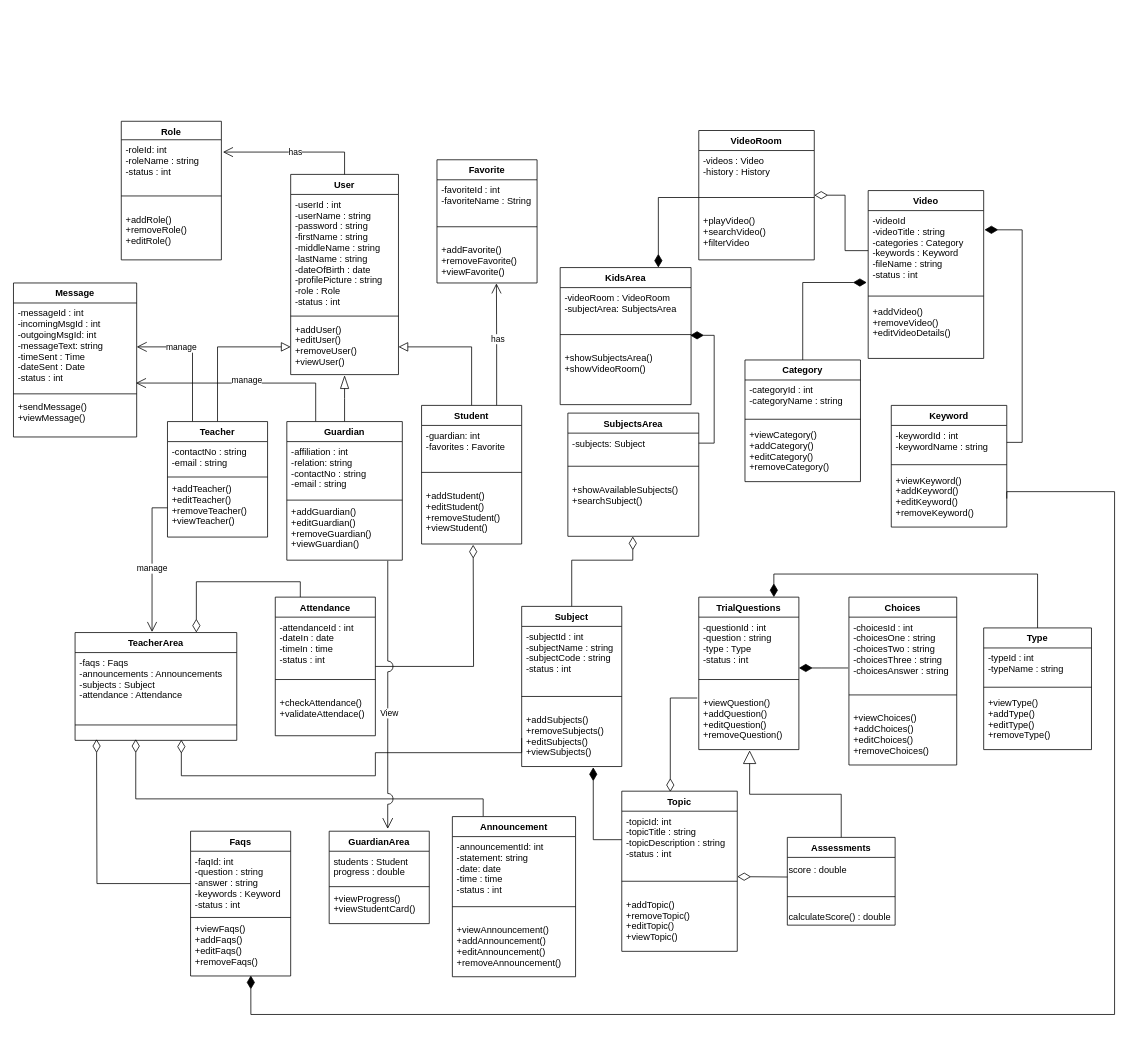
Earlier version of the draw.io diagram page "ClassDiagram" (1 of 10) of REVISIONS 5-29-2021/UML-DIAGRAMS/5-29-2021 Diagrams.drawio (mrklglsn/CAPSTONE-FILES). Source tidied: cells renumbered, new cells numbered last; positions are measured from the earlier drawing's top-left corner, leaving out a move shared by most shapes. Both pictures are drawn from the tidied source at 77%, with x=0, y=0 at pixel (13, 121).
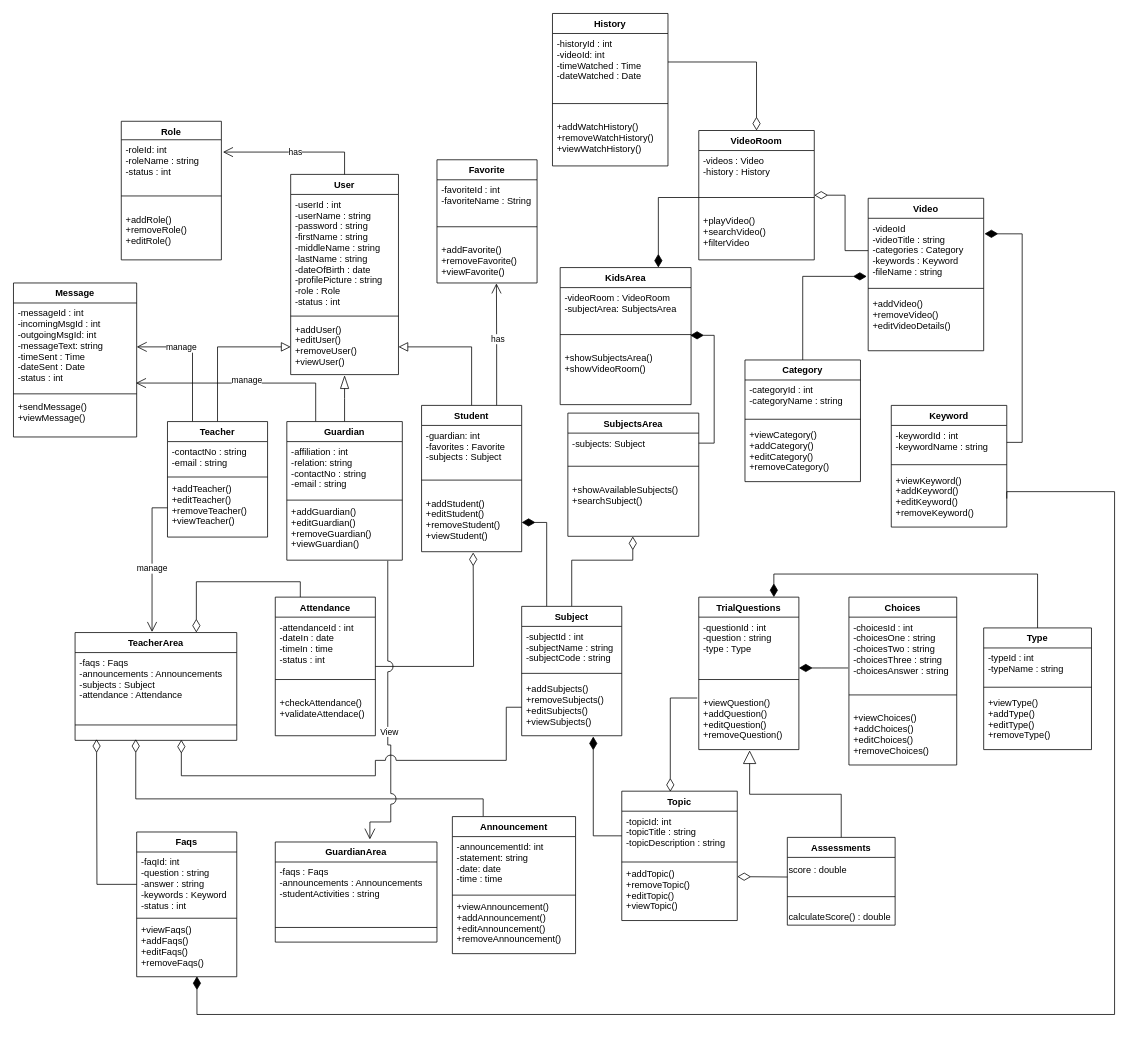
The same diagram, later.

Unchanged cells that the change refers to:
```xml
<mxCell id="22" value="Attendance" style="swimlane;fontStyle=1;align=center;verticalAlign=top;horizontal=1;startSize=26;glass=0;rounded=0;shadow=0;" parent="1" vertex="1">
  <mxGeometry x="340" y="618" width="130" height="180" as="geometry" />
</mxCell>
<mxCell id="37" value="TrialQuestions" style="swimlane;fontStyle=1;align=center;verticalAlign=top;horizontal=1;startSize=26;" parent="1" vertex="1">
  <mxGeometry x="890" y="618" width="130" height="198" as="geometry" />
</mxCell>
<mxCell id="60" value="+viewFaqs()&#10;+addFaqs()&#10;+editFaqs()&#10;+removeFaqs()" style="text;strokeColor=none;fillColor=none;align=left;verticalAlign=top;spacingLeft=4;spacingRight=4;overflow=hidden;points=[[0,0.5],[1,0.5]];portConstraint=eastwest;" parent="57" vertex="1">
  <mxGeometry y="114" width="130" height="74" as="geometry" />
</mxCell>
<mxCell id="72" value="VideoRoom" style="swimlane;fontStyle=1;align=center;verticalAlign=top;horizontal=1;startSize=26;" parent="1" vertex="1">
  <mxGeometry x="890" y="12" width="150" height="168" as="geometry" />
</mxCell>
<mxCell id="96" value="+addGuardian()&#10;+editGuardian()&#10;+removeGuardian()&#10;+viewGuardian()" style="text;strokeColor=none;fillColor=none;align=left;verticalAlign=top;spacingLeft=4;spacingRight=4;overflow=hidden;points=[[0,0.5],[1,0.5]];portConstraint=eastwest;glass=0;" parent="93" vertex="1">
  <mxGeometry y="104" width="150" height="76" as="geometry" />
</mxCell>
<mxCell id="115" value="+viewKeyword()&#10;+addKeyword()&#10;+editKeyword()&#10;+removeKeyword()" style="text;strokeColor=none;fillColor=none;align=left;verticalAlign=top;spacingLeft=4;spacingRight=4;overflow=hidden;points=[[0,0.5],[1,0.5]];portConstraint=eastwest;" parent="112" vertex="1">
  <mxGeometry y="84" width="150" height="74" as="geometry" />
</mxCell>
```

Change to the diagram source:
```diff
@@
     <mxCell id="16" value="Student" style="swimlane;fontStyle=1;align=center;verticalAlign=top;horizontal=1;startSize=26;" parent="1" vertex="1">
-      <mxGeometry x="530" y="369" width="130" height="180" as="geometry" />
+      <mxGeometry x="530" y="369" width="130" height="190" as="geometry" />
     </mxCell>
-    <mxCell id="17" value="-guardian: int&#10;-favorites : Favorite" style="text;strokeColor=none;fillColor=none;align=left;verticalAlign=top;spacingLeft=4;spacingRight=4;overflow=hidden;glass=0;" parent="16" vertex="1">
-      <mxGeometry y="26" width="130" height="44" as="geometry" />
+    <mxCell id="17" value="-guardian: int&#10;-favorites : Favorite&#10;-subjects : Subject" style="text;strokeColor=none;fillColor=none;align=left;verticalAlign=top;spacingLeft=4;spacingRight=4;overflow=hidden;glass=0;" parent="16" vertex="1">
+      <mxGeometry y="26" width="130" height="54" as="geometry" />
     </mxCell>
     <mxCell id="18" style="line;strokeWidth=1;fillColor=none;align=left;verticalAlign=middle;spacingTop=-1;spacingLeft=3;spacingRight=3;labelPosition=right;" parent="16" vertex="1">
-      <mxGeometry y="70" width="130" height="34" as="geometry" />
+      <mxGeometry y="80" width="130" height="34" as="geometry" />
     </mxCell>
     <mxCell id="19" value="+addStudent()&#10;+editStudent()&#10;+removeStudent()&#10;+viewStudent()" style="text;strokeColor=none;fillColor=none;align=left;verticalAlign=top;spacingLeft=4;spacingRight=4;overflow=hidden;points=[[0,0.5],[1,0.5]];portConstraint=eastwest;glass=0;" parent="16" vertex="1">
-      <mxGeometry y="104" width="130" height="76" as="geometry" />
+      <mxGeometry y="114" width="130" height="76" as="geometry" />
     </mxCell>
     <mxCell id="20" style="edgeStyle=orthogonalEdgeStyle;rounded=0;jettySize=auto;html=1;exitX=1;exitY=0.5;exitDx=0;exitDy=0;endArrow=diamondThin;endFill=0;endSize=15;targetPerimeterSpacing=0;strokeWidth=1;" parent="1" edge="1" source="22">
       <mxGeometry relative="1" as="geometry">
-        <mxPoint x="597" y="550" as="targetPoint" />
+        <mxPoint x="597" y="560" as="targetPoint" />
       </mxGeometry>
     </mxCell>
@@
-    <mxCell id="38" value="-questionId : int&#10;-question : string&#10;-type : Type&#10;-status : int" style="text;strokeColor=none;fillColor=none;align=left;verticalAlign=top;spacingLeft=4;spacingRight=4;overflow=hidden;" parent="37" vertex="1">
+    <mxCell id="38" value="-questionId : int&#10;-question : string&#10;-type : Type" style="text;strokeColor=none;fillColor=none;align=left;verticalAlign=top;spacingLeft=4;spacingRight=4;overflow=hidden;" parent="37" vertex="1">
       <mxGeometry y="26" width="130" height="64" as="geometry" />
     </mxCell>
@@
+    <mxCell id="129" style="edgeStyle=orthogonalEdgeStyle;rounded=0;jumpStyle=arc;jumpSize=14;jettySize=auto;html=1;exitX=0.25;exitY=0;exitDx=0;exitDy=0;endArrow=diamondThin;endFill=1;startSize=9;endSize=15;" parent="1" edge="1" source="42" target="19">
+      <mxGeometry relative="1" as="geometry" />
+    </mxCell>
     <mxCell id="42" value="Subject" style="swimlane;fontStyle=1;align=center;verticalAlign=top;horizontal=1;startSize=26;" parent="1" vertex="1">
-      <mxGeometry x="660" y="630" width="130" height="208" as="geometry" />
+      <mxGeometry x="660" y="630" width="130" height="168" as="geometry" />
     </mxCell>
-    <mxCell id="43" value="-subjectId : int&#10;-subjectName : string&#10;-subjectCode : string&#10;-status : int&#10;" style="text;strokeColor=none;fillColor=none;align=left;verticalAlign=top;spacingLeft=4;spacingRight=4;overflow=hidden;" parent="42" vertex="1">
-      <mxGeometry y="26" width="130" height="74" as="geometry" />
+    <mxCell id="43" value="-subjectId : int&#10;-subjectName : string&#10;-subjectCode : string&#10;&#10;" style="text;strokeColor=none;fillColor=none;align=left;verticalAlign=top;spacingLeft=4;spacingRight=4;overflow=hidden;" parent="42" vertex="1">
+      <mxGeometry y="26" width="130" height="54" as="geometry" />
     </mxCell>
     <mxCell id="44" style="line;strokeWidth=1;fillColor=none;align=left;verticalAlign=middle;spacingTop=-1;spacingLeft=3;spacingRight=3;labelPosition=right;" parent="42" vertex="1">
-      <mxGeometry y="100" width="130" height="34" as="geometry" />
+      <mxGeometry y="80" width="130" height="14" as="geometry" />
     </mxCell>
     <mxCell id="45" value="+addSubjects()&#10;+removeSubjects()&#10;+editSubjects()&#10;+viewSubjects()" style="text;strokeColor=none;fillColor=none;align=left;verticalAlign=top;spacingLeft=4;spacingRight=4;overflow=hidden;points=[[0,0.5],[1,0.5]];portConstraint=eastwest;" parent="42" vertex="1">
-      <mxGeometry y="134" width="130" height="74" as="geometry" />
+      <mxGeometry y="94" width="130" height="74" as="geometry" />
     </mxCell>
@@
     <mxCell id="57" value="Faqs" style="swimlane;fontStyle=1;align=center;verticalAlign=top;horizontal=1;startSize=26;" parent="1" vertex="1">
-      <mxGeometry x="230" y="922" width="130" height="188" as="geometry" />
+      <mxGeometry x="160" y="923" width="130" height="188" as="geometry" />
     </mxCell>
@@
     <mxCell id="62" value="Announcement" style="swimlane;fontStyle=1;align=center;verticalAlign=top;horizontal=1;startSize=26;" parent="1" vertex="1">
-      <mxGeometry x="570" y="903" width="160" height="208" as="geometry" />
+      <mxGeometry x="570" y="903" width="160" height="178" as="geometry" />
     </mxCell>
-    <mxCell id="63" value="-announcementId: int&#10;-statement: string&#10;-date: date&#10;-time : time&#10;-status : int" style="text;strokeColor=none;fillColor=none;align=left;verticalAlign=top;spacingLeft=4;spacingRight=4;overflow=hidden;" parent="62" vertex="1">
+    <mxCell id="63" value="-announcementId: int&#10;-statement: string&#10;-date: date&#10;-time : time" style="text;strokeColor=none;fillColor=none;align=left;verticalAlign=top;spacingLeft=4;spacingRight=4;overflow=hidden;" parent="62" vertex="1">
       <mxGeometry y="26" width="160" height="74" as="geometry" />
     </mxCell>
     <mxCell id="64" style="line;strokeWidth=1;fillColor=none;align=left;verticalAlign=middle;spacingTop=-1;spacingLeft=3;spacingRight=3;labelPosition=right;" parent="62" vertex="1">
-      <mxGeometry y="100" width="160" height="34" as="geometry" />
+      <mxGeometry y="100" width="160" height="4" as="geometry" />
     </mxCell>
     <mxCell id="65" value="+viewAnnouncement()&#10;+addAnnouncement()&#10;+editAnnouncement()&#10;+removeAnnouncement()" style="text;strokeColor=none;fillColor=none;align=left;verticalAlign=top;spacingLeft=4;spacingRight=4;overflow=hidden;" parent="62" vertex="1">
-      <mxGeometry y="134" width="160" height="74" as="geometry" />
+      <mxGeometry y="104" width="160" height="74" as="geometry" />
     </mxCell>
     <mxCell id="66" value="Topic" style="swimlane;fontStyle=1;align=center;verticalAlign=top;horizontal=1;startSize=26;" parent="1" vertex="1">
-      <mxGeometry x="790" y="870" width="150" height="208" as="geometry" />
+      <mxGeometry x="790" y="870" width="150" height="168" as="geometry" />
     </mxCell>
-    <mxCell id="67" value="-topicId: int&#10;-topicTitle : string&#10;-topicDescription : string&#10;-status : int&#10;" style="text;strokeColor=none;fillColor=none;align=left;verticalAlign=top;spacingLeft=4;spacingRight=4;overflow=hidden;points=[[0,0.5],[1,0.5]];portConstraint=eastwest;" parent="66" vertex="1">
-      <mxGeometry y="26" width="150" height="74" as="geometry" />
+    <mxCell id="67" value="-topicId: int&#10;-topicTitle : string&#10;-topicDescription : string&#10;" style="text;strokeColor=none;fillColor=none;align=left;verticalAlign=top;spacingLeft=4;spacingRight=4;overflow=hidden;points=[[0,0.5],[1,0.5]];portConstraint=eastwest;" parent="66" vertex="1">
+      <mxGeometry y="26" width="150" height="64" as="geometry" />
     </mxCell>
     <mxCell id="68" style="line;strokeWidth=1;fillColor=none;align=left;verticalAlign=middle;spacingTop=-1;spacingLeft=3;spacingRight=3;labelPosition=right;" parent="66" vertex="1">
-      <mxGeometry y="100" width="150" height="34" as="geometry" />
+      <mxGeometry y="90" width="150" height="4" as="geometry" />
     </mxCell>
     <mxCell id="69" value="+addTopic()&#10;+removeTopic()&#10;+editTopic()&#10;+viewTopic()" style="text;strokeColor=none;fillColor=none;align=left;verticalAlign=top;spacingLeft=4;spacingRight=4;overflow=hidden;" parent="66" vertex="1">
-      <mxGeometry y="134" width="150" height="74" as="geometry" />
+      <mxGeometry y="94" width="150" height="74" as="geometry" />
     </mxCell>
@@
     <mxCell id="81" value="Video" style="swimlane;fontStyle=1;align=center;verticalAlign=top;horizontal=1;startSize=26;" parent="1" vertex="1">
-      <mxGeometry x="1110" y="90" width="150" height="218" as="geometry" />
+      <mxGeometry x="1110" y="100" width="150" height="198" as="geometry" />
     </mxCell>
-    <mxCell id="82" value="-videoId&#10;-videoTitle : string&#10;-categories : Category&#10;-keywords : Keyword&#10;-fileName : string&#10;-status : int" style="text;strokeColor=none;fillColor=none;align=left;verticalAlign=top;spacingLeft=4;spacingRight=4;overflow=hidden;points=[[0,0.5],[1,0.5]];portConstraint=eastwest;" parent="81" vertex="1">
-      <mxGeometry y="26" width="150" height="104" as="geometry" />
+    <mxCell id="82" value="-videoId&#10;-videoTitle : string&#10;-categories : Category&#10;-keywords : Keyword&#10;-fileName : string" style="text;strokeColor=none;fillColor=none;align=left;verticalAlign=top;spacingLeft=4;spacingRight=4;overflow=hidden;points=[[0,0.5],[1,0.5]];portConstraint=eastwest;" parent="81" vertex="1">
+      <mxGeometry y="26" width="150" height="84" as="geometry" />
     </mxCell>
     <mxCell id="83" style="line;strokeWidth=1;fillColor=none;align=left;verticalAlign=middle;spacingTop=-1;spacingLeft=3;spacingRight=3;labelPosition=right;" parent="81" vertex="1">
-      <mxGeometry y="130" width="150" height="14" as="geometry" />
+      <mxGeometry y="110" width="150" height="14" as="geometry" />
     </mxCell>
     <mxCell id="84" value="+addVideo()&#10;+removeVideo()&#10;+editVideoDetails()&#10;" style="text;strokeColor=none;fillColor=none;align=left;verticalAlign=top;spacingLeft=4;spacingRight=4;overflow=hidden;" parent="81" vertex="1">
-      <mxGeometry y="144" width="150" height="74" as="geometry" />
+      <mxGeometry y="124" width="150" height="74" as="geometry" />
     </mxCell>
@@
     <mxCell id="97" style="edgeStyle=orthogonalEdgeStyle;rounded=0;jumpStyle=arc;jumpSize=14;jettySize=auto;html=1;exitX=0.585;exitY=-0.025;exitDx=0;exitDy=0;entryX=0.874;entryY=1.011;entryDx=0;entryDy=0;startArrow=open;startFill=0;endArrow=none;endFill=0;startSize=12;endSize=12;entryPerimeter=0;exitPerimeter=0;" parent="1" edge="1" source="99" target="96">
-      <mxGeometry relative="1" as="geometry" />
+      <mxGeometry relative="1" as="geometry">
+        <Array as="points">
+          <mxPoint x="463" y="910" />
+          <mxPoint x="490" y="910" />
+          <mxPoint x="490" y="810" />
+          <mxPoint x="486" y="810" />
+        </Array>
+      </mxGeometry>
     </mxCell>
@@
     <mxCell id="99" value="GuardianArea" style="swimlane;fontStyle=1;align=center;verticalAlign=top;horizontal=1;startSize=26;" parent="1" vertex="1">
-      <mxGeometry x="410" y="922" width="130" height="120" as="geometry" />
+      <mxGeometry x="340" y="936" width="210" height="130" as="geometry" />
     </mxCell>
-    <mxCell id="100" value="students : Student&#10;progress : double" style="text;strokeColor=none;fillColor=none;align=left;verticalAlign=top;spacingLeft=4;spacingRight=4;overflow=hidden;" parent="99" vertex="1">
-      <mxGeometry y="26" width="130" height="44" as="geometry" />
+    <mxCell id="100" value="-faqs : Faqs&#10;-announcements : Announcements&#10;-studentActivities : string&#10;&#10;" style="text;strokeColor=none;fillColor=none;align=left;verticalAlign=top;spacingLeft=4;spacingRight=4;overflow=hidden;" parent="99" vertex="1">
+      <mxGeometry y="26" width="210" height="66" as="geometry" />
     </mxCell>
     <mxCell id="101" style="line;strokeWidth=1;fillColor=none;align=left;verticalAlign=middle;spacingTop=-1;spacingLeft=3;spacingRight=3;labelPosition=right;" parent="99" vertex="1">
-      <mxGeometry y="70" width="130" height="4" as="geometry" />
+      <mxGeometry y="92" width="210" height="38" as="geometry" />
     </mxCell>
-    <mxCell id="102" value="+viewProgress()&#10;+viewStudentCard()" style="text;strokeColor=none;fillColor=none;align=left;verticalAlign=top;spacingLeft=4;spacingRight=4;overflow=hidden;" parent="99" vertex="1">
-      <mxGeometry y="74" width="130" height="46" as="geometry" />
-    </mxCell>
@@
     <mxCell id="121" style="edgeStyle=orthogonalEdgeStyle;rounded=0;jettySize=auto;html=1;exitX=1;exitY=0.5;exitDx=0;exitDy=0;entryX=0.602;entryY=0.992;entryDx=0;entryDy=0;entryPerimeter=0;endArrow=diamondThin;endFill=1;endSize=15;" parent="1" edge="1" source="115" target="60">
       <mxGeometry relative="1" as="geometry">
         <Array as="points">
+          <mxPoint x="1290" y="481" />
           <mxPoint x="1430" y="481" />
           <mxPoint x="1430" y="1160" />
-          <mxPoint x="308" y="1160" />
+          <mxPoint x="238" y="1160" />
         </Array>
       </mxGeometry>
     </mxCell>
@@
-    <mxCell id="128" style="edgeStyle=orthogonalEdgeStyle;rounded=0;jettySize=auto;html=1;exitX=0;exitY=0.5;exitDx=0;exitDy=0;entryX=0.657;entryY=1.016;entryDx=0;entryDy=0;entryPerimeter=0;endArrow=diamondThin;endFill=0;endSize=15;" parent="1" edge="1" source="45">
+    <mxCell id="128" style="edgeStyle=orthogonalEdgeStyle;rounded=0;jettySize=auto;html=1;exitX=0;exitY=0.5;exitDx=0;exitDy=0;entryX=0.657;entryY=1.016;entryDx=0;entryDy=0;entryPerimeter=0;endArrow=diamondThin;endFill=0;endSize=15;jumpStyle=arc;jumpSize=14;" parent="1" edge="1" source="45">
       <mxGeometry relative="1" as="geometry">
         <mxPoint x="218" y="803.2" as="targetPoint" />
         <Array as="points">
-          <mxPoint x="660" y="820" />
-          <mxPoint x="470" y="820" />
+          <mxPoint x="640" y="761" />
+          <mxPoint x="640" y="830" />
+          <mxPoint x="470" y="830" />
           <mxPoint x="470" y="850" />
           <mxPoint x="218" y="850" />
         </Array>
       </mxGeometry>
     </mxCell>
+    <mxCell id="130" value="History" style="swimlane;fontStyle=1;align=center;verticalAlign=top;horizontal=1;startSize=26;" parent="1" vertex="1">
+      <mxGeometry x="700" y="-140" width="150" height="198" as="geometry" />
+    </mxCell>
+    <mxCell id="131" value="-historyId : int&#10;-videoId: int&#10;-timeWatched : Time&#10;-dateWatched : Date" style="text;strokeColor=none;fillColor=none;align=left;verticalAlign=top;spacingLeft=4;spacingRight=4;overflow=hidden;points=[[0,0.5],[1,0.5]];portConstraint=eastwest;" parent="130" vertex="1">
+      <mxGeometry y="26" width="150" height="74" as="geometry" />
+    </mxCell>
+    <mxCell id="132" style="line;strokeWidth=1;fillColor=none;align=left;verticalAlign=middle;spacingTop=-1;spacingLeft=3;spacingRight=3;labelPosition=right;" parent="130" vertex="1">
+      <mxGeometry y="100" width="150" height="34" as="geometry" />
+    </mxCell>
+    <mxCell id="133" value="+addWatchHistory()&#10;+removeWatchHistory()&#10;+viewWatchHistory()" style="text;strokeColor=none;fillColor=none;align=left;verticalAlign=top;spacingLeft=4;spacingRight=4;overflow=hidden;" parent="130" vertex="1">
+      <mxGeometry y="134" width="150" height="64" as="geometry" />
+    </mxCell>
+    <mxCell id="134" style="edgeStyle=orthogonalEdgeStyle;rounded=0;jettySize=auto;html=1;exitX=1;exitY=0.5;exitDx=0;exitDy=0;entryX=0.5;entryY=0;entryDx=0;entryDy=0;endArrow=diamondThin;endFill=0;startSize=9;endSize=15;" parent="1" edge="1" source="131" target="72">
+      <mxGeometry relative="1" as="geometry" />
+    </mxCell>
```
